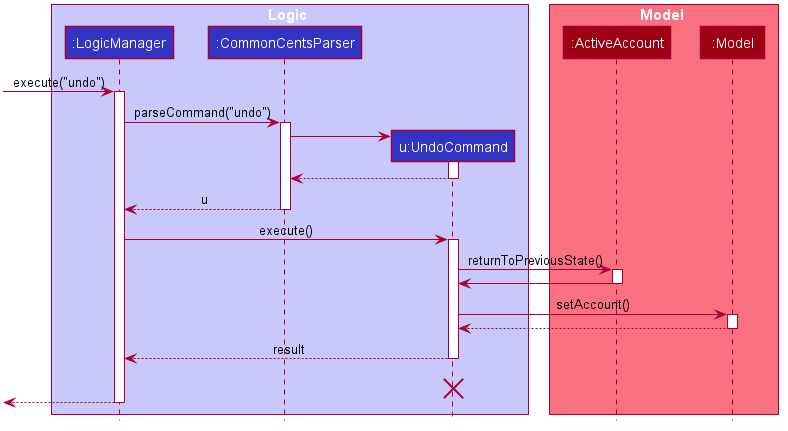
This is docs/images/UndoSequenceDiagram.png from nus-cs2103-AY2021S1/tp, a PlantUML export, as it was before one commit.
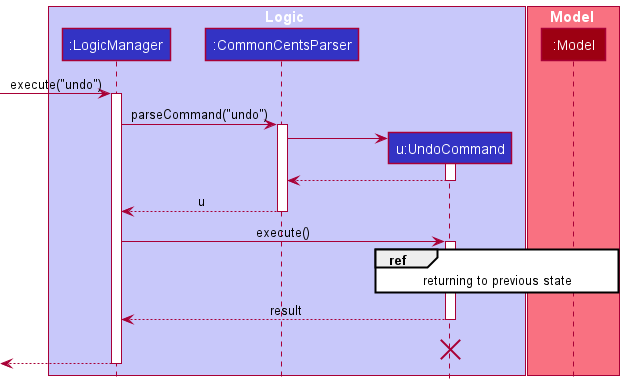
After the commit.

Commit message:
Update undo diagram

Change to the diagram source:
```diff
@@ -1,63 +1,14 @@
 @startuml
+!include style.puml
 
-
-
-
-
-
-
-
-
-skinparam BackgroundColor #FFFFFFF
-
-skinparam Shadowing false
-
-skinparam Class {
-    FontColor #FFFFFF
-    BorderThickness 1
-    BorderColor #FFFFFF
-    StereotypeFontColor #FFFFFF
-    FontName Arial
-}
-
-skinparam Actor {
-    BorderColor #000000
-    Color #000000
-    FontName Arial
-}
-
-skinparam Sequence {
-    MessageAlign center
-    BoxFontSize 15
-    BoxPadding 0
-    BoxFontColor #FFFFFF
-    FontName Arial
-}
-
-skinparam Participant {
-    FontColor #FFFFFFF
-    Padding 20
-}
-
-skinparam MinClassWidth 50
-skinparam ParticipantPadding 10
-skinparam Shadowing false
-skinparam DefaultTextAlignment center
-skinparam packageStyle Rectangle
-
-hide footbox
-hide members
-hide circle
-
-box Logic #C8C8FA
-participant ":LogicManager" as LogicManager #3333C4
-participant ":CommonCentsParser" as CommonCentsParser #3333C4
-participant "u:UndoCommand" as UndoCommand #3333C4
+box Logic LOGIC_COLOR_T1
+participant ":LogicManager" as LogicManager LOGIC_COLOR
+participant ":CommonCentsParser" as CommonCentsParser LOGIC_COLOR
+participant "u:UndoCommand" as UndoCommand LOGIC_COLOR
 end box
 
-box Model #F97181
-participant ":ActiveAccount" as ActiveAccount #9D0012
-participant ":Model" as Model #9D0012
+box Model MODEL_COLOR_T1
+participant ":Model" as Model MODEL_COLOR
 end box
 [-> LogicManager : execute("undo")
 activate LogicManager
@@ -78,17 +29,8 @@
 LogicManager -> UndoCommand : execute()
 activate UndoCommand
 
-UndoCommand -> ActiveAccount : returnToPreviousState()
-activate ActiveAccount
 
-ActiveAccount -> UndoCommand
-deactivate ActiveAccount
-
-UndoCommand -> Model : setAccount()
-activate Model
-
-Model --> UndoCommand
-deactivate Model
+ref over UndoCommand, Model: returning to previous state
 
 UndoCommand --> LogicManager : result
 deactivate UndoCommand
```
